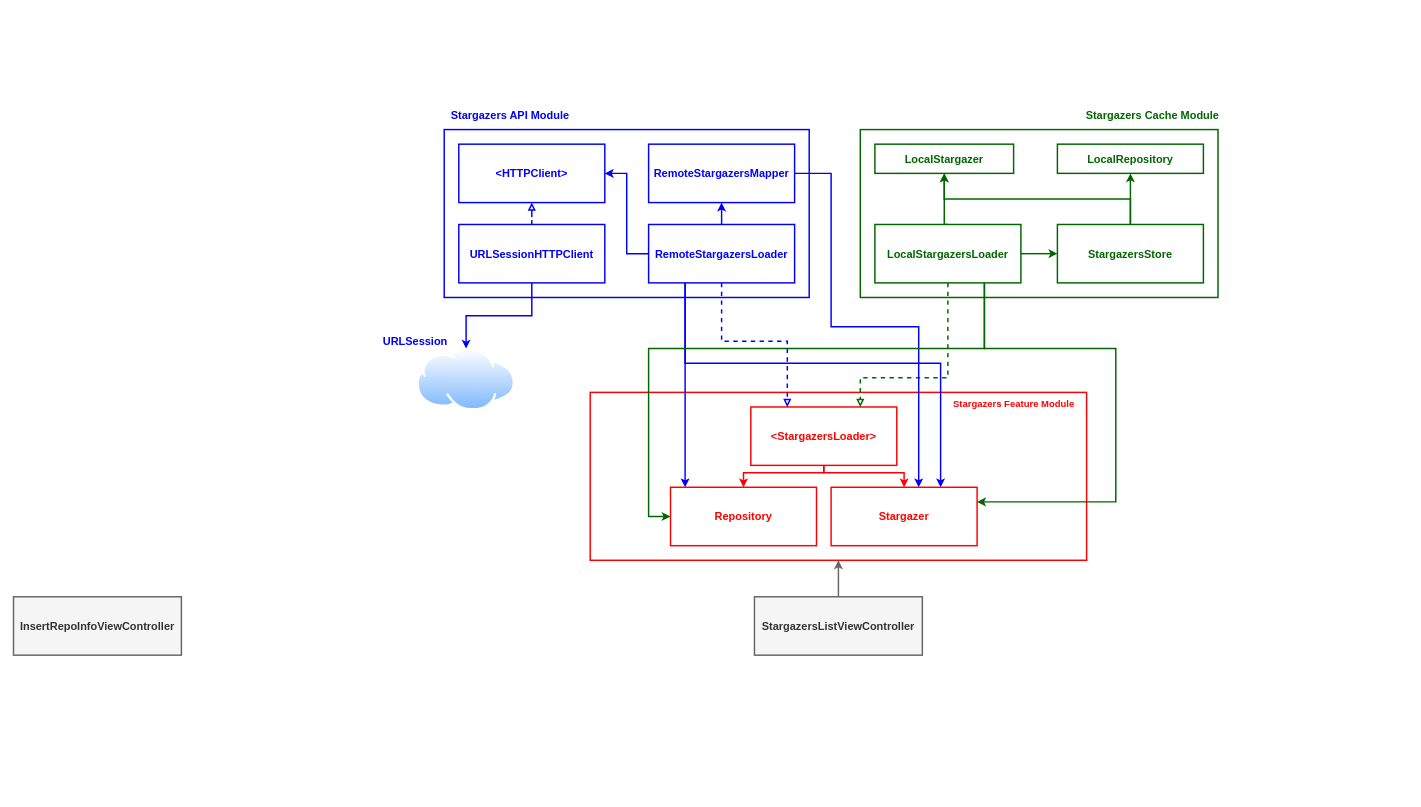
RRReDz/Stargazers keeps this draw.io diagram as Documents/ark/ark.drawio. Above is the earlier version. Source tidied: cells renumbered, new cells numbered last; positions are measured from the earlier drawing's top-left corner, leaving out a move shared by most shapes. Both pictures are drawn from the tidied source at 73%, with x=0, y=0 at pixel (13, 107).
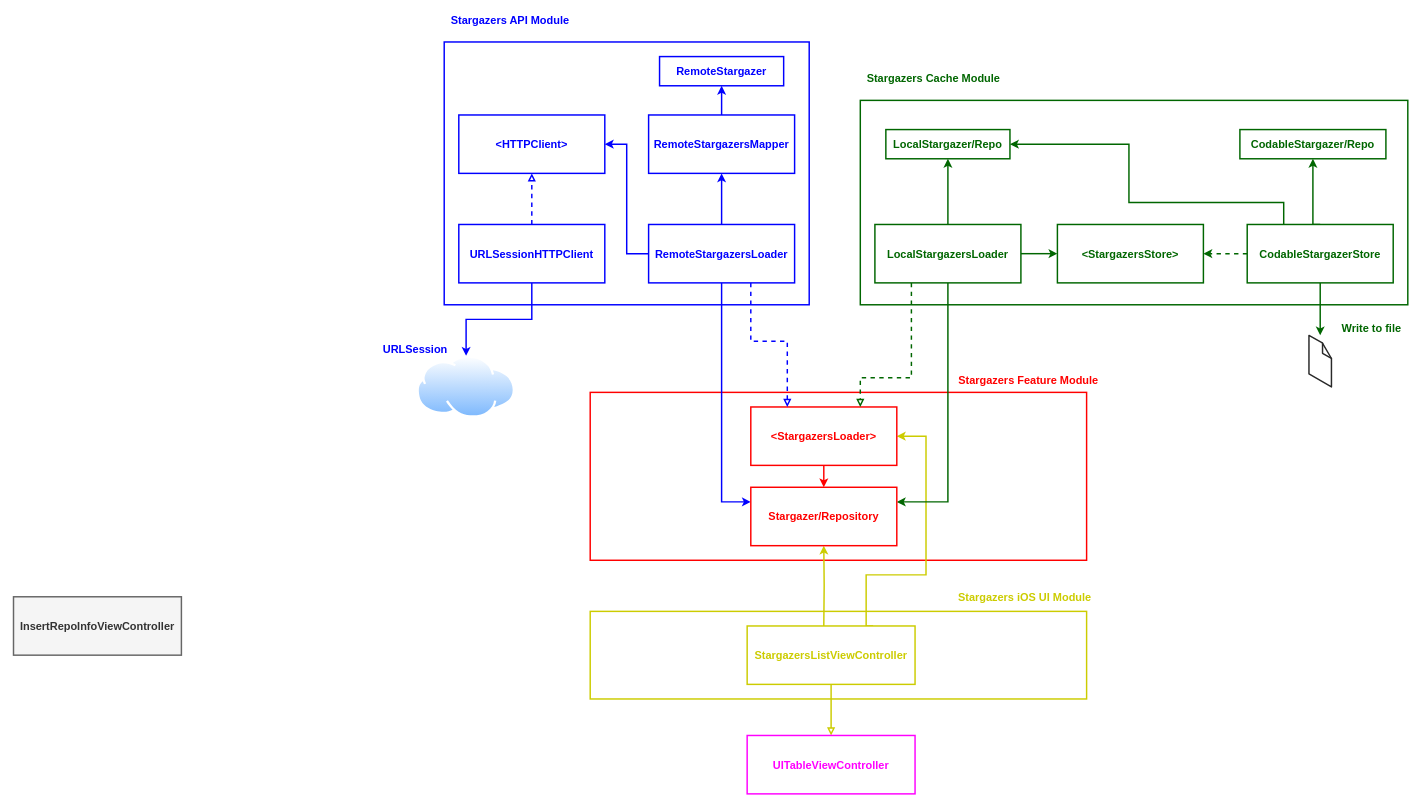
The same diagram, later.

Unchanged cells that the change refers to:
```xml
<mxCell id="2" style="rounded=0;whiteSpace=wrap;html=1;fillColor=none;strokeWidth=2;strokeColor=#FF0000;" parent="1" vertex="1">
  <mxGeometry x="790" y="390" width="680" height="230" as="geometry" />
</mxCell>
<mxCell id="8" value="&amp;lt;StargazersLoader&amp;gt;" style="rounded=0;whiteSpace=wrap;html=1;fontSize=15;strokeWidth=2;fontStyle=1;strokeColor=#FF0000;fontColor=#FF0000;" parent="1" vertex="1">
  <mxGeometry x="1010" y="410" width="200" height="80" as="geometry" />
</mxCell>
<mxCell id="14" value="RemoteStargazersLoader" style="rounded=0;whiteSpace=wrap;html=1;fontSize=15;strokeWidth=2;fontStyle=1;strokeColor=#0000FF;fontColor=#0000FF;" parent="1" vertex="1">
  <mxGeometry x="870" y="160" width="200" height="80" as="geometry" />
</mxCell>
<mxCell id="33" value="LocalStargazersLoader" style="rounded=0;whiteSpace=wrap;html=1;fontSize=15;strokeWidth=2;fontStyle=1;strokeColor=#006600;fontColor=#006600;" parent="1" vertex="1">
  <mxGeometry x="1180" y="160" width="200" height="80" as="geometry" />
</mxCell>
```

What changed in the source:
```diff
@@
+    <mxCell id="41" style="rounded=0;whiteSpace=wrap;html=1;fillColor=none;strokeWidth=2;strokeColor=#CCCC00;" parent="1" vertex="1">
+      <mxGeometry x="790" y="690" width="680" height="120" as="geometry" />
+    </mxCell>
@@
     <mxCell id="3" style="rounded=0;whiteSpace=wrap;html=1;fillColor=none;strokeWidth=2;strokeColor=#0000FF;" parent="1" vertex="1">
-      <mxGeometry x="590" y="30" width="500" height="230" as="geometry" />
+      <mxGeometry x="590" y="-90" width="500" height="360" as="geometry" />
     </mxCell>
-    <mxCell id="4" style="edgeStyle=orthogonalEdgeStyle;rounded=0;jettySize=auto;html=1;fontSize=12;strokeWidth=2;strokeColor=#666666;fillColor=#f5f5f5;entryX=0.5;entryY=1;entryDx=0;entryDy=0;" parent="1" edge="1" source="5" target="2">
-      <mxGeometry relative="1" as="geometry" />
+    <mxCell id="4" style="edgeStyle=orthogonalEdgeStyle;rounded=0;jettySize=auto;html=1;fontSize=12;strokeWidth=2;entryX=0.5;entryY=1;entryDx=0;entryDy=0;strokeColor=#CCCC00;" parent="1" edge="1" target="37">
+      <mxGeometry relative="1" as="geometry">
+        <mxPoint x="1110" y="710" as="sourcePoint" />
+      </mxGeometry>
     </mxCell>
+    <mxCell id="42" style="edgeStyle=orthogonalEdgeStyle;rounded=0;jettySize=auto;html=1;exitX=0.75;exitY=0;exitDx=0;exitDy=0;entryX=1;entryY=0.5;entryDx=0;entryDy=0;fontSize=12;fontColor=default;strokeColor=#CCCC00;strokeWidth=2;" parent="1" edge="1" source="5" target="8">
+      <mxGeometry relative="1" as="geometry">
+        <Array as="points">
+          <mxPoint x="1168" y="640" />
+          <mxPoint x="1250" y="640" />
+          <mxPoint x="1250" y="450" />
+        </Array>
+      </mxGeometry>
+    </mxCell>
+    <mxCell id="43" style="edgeStyle=orthogonalEdgeStyle;rounded=0;jettySize=auto;html=1;exitX=0.5;exitY=1;exitDx=0;exitDy=0;entryX=0.5;entryY=0;entryDx=0;entryDy=0;fontSize=12;fontColor=default;strokeColor=#CCCC00;strokeWidth=2;endArrow=block;endFill=0;" parent="1" edge="1" source="5" target="55">
+      <mxGeometry relative="1" as="geometry" />
+    </mxCell>
-    <mxCell id="5" value="StargazersListViewController" style="rounded=0;whiteSpace=wrap;html=1;strokeWidth=2;fontSize=15;fontStyle=1;strokeColor=#666666;fontColor=#333333;fillColor=#f5f5f5;" parent="1" vertex="1">
-      <mxGeometry x="1015" y="670" width="230" height="80" as="geometry" />
+    <mxCell id="5" value="StargazersListViewController" style="rounded=0;whiteSpace=wrap;html=1;strokeWidth=2;fontSize=15;fontStyle=1;strokeColor=#CCCC00;labelBackgroundColor=none;fontColor=#CCCC00;" parent="1" vertex="1">
+      <mxGeometry x="1005" y="710" width="230" height="80" as="geometry" />
     </mxCell>
-    <mxCell id="6" style="edgeStyle=orthogonalEdgeStyle;rounded=0;jettySize=auto;html=1;fontSize=15;fontColor=#FF0000;endArrow=classic;endFill=1;strokeWidth=2;strokeColor=#FF0000;entryX=0.5;entryY=0;entryDx=0;entryDy=0;" parent="1" edge="1" source="8" target="23">
-      <mxGeometry relative="1" as="geometry">
-        <Array as="points">
-          <mxPoint x="1110" y="500" />
-          <mxPoint x="1000" y="500" />
-        </Array>
-      </mxGeometry>
-    </mxCell>
     <mxCell id="7" style="edgeStyle=orthogonalEdgeStyle;rounded=0;jettySize=auto;html=1;exitX=0.5;exitY=1;exitDx=0;exitDy=0;entryX=0.5;entryY=0;entryDx=0;entryDy=0;fontSize=11;fontColor=#006600;strokeWidth=2;strokeColor=#FF0000;" parent="1" edge="1" source="8" target="37">
       <mxGeometry relative="1" as="geometry">
         <Array as="points">
-          <mxPoint x="1110" y="500" />
-          <mxPoint x="1220" y="500" />
+          <mxPoint x="1110" y="510" />
+          <mxPoint x="1110" y="510" />
         </Array>
       </mxGeometry>
     </mxCell>
@@
-    <mxCell id="9" style="edgeStyle=orthogonalEdgeStyle;rounded=0;jettySize=auto;html=1;fontSize=12;dashed=1;endArrow=block;endFill=0;strokeWidth=2;strokeColor=#0000FF;exitX=0.5;exitY=1;exitDx=0;exitDy=0;entryX=0.25;entryY=0;entryDx=0;entryDy=0;" parent="1" edge="1" source="14" target="8">
+    <mxCell id="9" style="edgeStyle=orthogonalEdgeStyle;rounded=0;jettySize=auto;html=1;fontSize=12;dashed=1;endArrow=block;endFill=0;strokeWidth=2;strokeColor=#0000FF;entryX=0.25;entryY=0;entryDx=0;entryDy=0;" parent="1" edge="1" source="14" target="8">
       <mxGeometry relative="1" as="geometry">
         <Array as="points">
-          <mxPoint x="970" y="320" />
+          <mxPoint x="1010" y="320" />
           <mxPoint x="1060" y="320" />
         </Array>
       </mxGeometry>
     </mxCell>
@@
-    <mxCell id="12" style="edgeStyle=orthogonalEdgeStyle;rounded=0;jettySize=auto;html=1;exitX=0.25;exitY=1;exitDx=0;exitDy=0;entryX=0.75;entryY=0;entryDx=0;entryDy=0;fontSize=11;fontColor=#006600;strokeWidth=2;strokeColor=#0000FF;" parent="1" edge="1" source="14" target="37">
+    <mxCell id="12" style="edgeStyle=orthogonalEdgeStyle;rounded=0;jettySize=auto;html=1;exitX=0.5;exitY=1;exitDx=0;exitDy=0;entryX=0;entryY=0.25;entryDx=0;entryDy=0;fontSize=11;fontColor=#006600;strokeWidth=2;strokeColor=#0000FF;" parent="1" edge="1" source="14" target="37">
       <mxGeometry relative="1" as="geometry">
         <Array as="points">
-          <mxPoint x="920" y="350" />
-          <mxPoint x="1270" y="350" />
+          <mxPoint x="970" y="540" />
         </Array>
       </mxGeometry>
     </mxCell>
-    <mxCell id="13" style="edgeStyle=orthogonalEdgeStyle;rounded=0;jettySize=auto;html=1;exitX=0.25;exitY=1;exitDx=0;exitDy=0;entryX=0.1;entryY=0;entryDx=0;entryDy=0;entryPerimeter=0;fontSize=12;fontColor=#006600;strokeColor=#0000FF;strokeWidth=2;" parent="1" edge="1" source="14" target="23">
-      <mxGeometry relative="1" as="geometry" />
-    </mxCell>
@@
     <mxCell id="16" style="rounded=0;whiteSpace=wrap;html=1;fontSize=15;strokeWidth=2;fontStyle=1;fillColor=none;strokeColor=#006600;" parent="1" vertex="1">
-      <mxGeometry x="1160" y="30" width="490" height="230" as="geometry" />
+      <mxGeometry x="1160" y="-10" width="750" height="280" as="geometry" />
     </mxCell>
-    <mxCell id="17" style="edgeStyle=orthogonalEdgeStyle;rounded=0;jettySize=auto;html=1;exitX=0.5;exitY=1;exitDx=0;exitDy=0;strokeWidth=2;dashed=1;endArrow=block;endFill=0;strokeColor=#006600;" parent="1" edge="1" source="33">
+    <mxCell id="17" style="edgeStyle=orthogonalEdgeStyle;rounded=0;jettySize=auto;html=1;exitX=0.25;exitY=1;exitDx=0;exitDy=0;strokeWidth=2;dashed=1;endArrow=block;endFill=0;strokeColor=#006600;" parent="1" edge="1" source="33">
       <mxGeometry relative="1" as="geometry">
         <mxPoint x="1160" y="410" as="targetPoint" />
         <Array as="points">
-          <mxPoint x="1280" y="370" />
+          <mxPoint x="1230" y="370" />
           <mxPoint x="1160" y="370" />
         </Array>
       </mxGeometry>
     </mxCell>
     <mxCell id="18" value="Stargazers API Module" style="text;html=1;align=center;verticalAlign=middle;strokeColor=none;fontSize=15;fontStyle=1;fontColor=#0000FF;" parent="1" vertex="1">
-      <mxGeometry x="590" width="180" height="20" as="geometry" />
+      <mxGeometry x="590" y="-130" width="180" height="20" as="geometry" />
     </mxCell>
     <mxCell id="19" value="&amp;lt;HTTPClient&amp;gt;" style="rounded=0;whiteSpace=wrap;html=1;fontSize=15;strokeWidth=2;fontStyle=1;strokeColor=#0000FF;fontColor=#0000FF;" parent="1" vertex="1">
-      <mxGeometry x="610" y="50" width="200" height="80" as="geometry" />
+      <mxGeometry x="610" y="10" width="200" height="80" as="geometry" />
     </mxCell>
-    <mxCell id="20" style="edgeStyle=orthogonalEdgeStyle;rounded=0;jettySize=auto;html=1;exitX=1;exitY=0.5;exitDx=0;exitDy=0;entryX=0.6;entryY=0;entryDx=0;entryDy=0;entryPerimeter=0;fontSize=11;fontColor=#006600;strokeColor=#0000FF;strokeWidth=2;" parent="1" edge="1" source="21" target="37">
-      <mxGeometry relative="1" as="geometry">
-        <Array as="points">
-          <mxPoint x="1120" y="90" />
-          <mxPoint x="1120" y="300" />
-          <mxPoint x="1240" y="300" />
-        </Array>
-      </mxGeometry>
-    </mxCell>
+    <mxCell id="44" style="edgeStyle=orthogonalEdgeStyle;rounded=0;jettySize=auto;html=1;fontSize=15;strokeColor=#0000FF;fontColor=#0000FF;endFill=1;strokeWidth=2;" parent="1" edge="1" source="21" target="51">
+      <mxGeometry relative="1" as="geometry" />
+    </mxCell>
     <mxCell id="21" value="RemoteStargazersMapper" style="rounded=0;whiteSpace=wrap;html=1;fontSize=15;strokeWidth=2;fontStyle=1;strokeColor=#0000FF;fontColor=#0000FF;" parent="1" vertex="1">
-      <mxGeometry x="870" y="50" width="200" height="80" as="geometry" />
+      <mxGeometry x="870" y="10" width="200" height="80" as="geometry" />
     </mxCell>
-    <mxCell id="22" value="Stargazers Feature Module" style="text;html=1;align=center;verticalAlign=middle;strokeColor=none;fontSize=13;fontStyle=1;fontColor=#FF0000;" parent="1" vertex="1">
-      <mxGeometry x="1280" y="395" width="180" height="20" as="geometry" />
+    <mxCell id="22" value="Stargazers Feature Module" style="text;html=1;align=center;verticalAlign=middle;strokeColor=none;fontSize=15;fontStyle=1;fontColor=#FF0000;" parent="1" vertex="1">
+      <mxGeometry x="1285" y="362.5" width="210" height="20" as="geometry" />
     </mxCell>
-    <mxCell id="23" value="Repository" style="rounded=0;whiteSpace=wrap;html=1;fontSize=15;strokeWidth=2;fontStyle=1;strokeColor=#FF0000;fontColor=#FF0000;" parent="1" vertex="1">
-      <mxGeometry x="900" y="520" width="200" height="80" as="geometry" />
-    </mxCell>
@@
     <mxCell id="27" style="perimeter=ellipsePerimeter;html=1;align=center;shadow=0;dashed=0;spacingTop=3;image;image=img/lib/active_directory/internet_cloud.svg;" parent="1" vertex="1">
-      <mxGeometry x="552.5" y="330" width="135" height="85" as="geometry" />
+      <mxGeometry x="552.5" y="340" width="135" height="85" as="geometry" />
     </mxCell>
     <mxCell id="28" value="URLSession" style="text;html=1;align=center;verticalAlign=middle;strokeColor=none;fontSize=15;fontStyle=1;fontColor=#0000FF;" parent="1" vertex="1">
-      <mxGeometry x="500" y="310" width="100" height="20" as="geometry" />
+      <mxGeometry x="500" y="320" width="100" height="20" as="geometry" />
     </mxCell>
@@
     <mxCell id="30" style="edgeStyle=orthogonalEdgeStyle;rounded=0;jettySize=auto;html=1;exitX=0.5;exitY=0;exitDx=0;exitDy=0;entryX=0.5;entryY=1;entryDx=0;entryDy=0;fontSize=11;fontColor=#006600;strokeColor=#006600;strokeWidth=2;" parent="1" edge="1" source="33" target="38">
       <mxGeometry relative="1" as="geometry">
         <Array as="points">
-          <mxPoint x="1275" y="160" />
+          <mxPoint x="1280" y="110" />
+          <mxPoint x="1280" y="110" />
         </Array>
       </mxGeometry>
     </mxCell>
-    <mxCell id="31" style="edgeStyle=orthogonalEdgeStyle;rounded=0;jettySize=auto;html=1;exitX=0.75;exitY=1;exitDx=0;exitDy=0;entryX=1;entryY=0.25;entryDx=0;entryDy=0;fontSize=12;fontColor=#006600;strokeWidth=2;strokeColor=#006600;" parent="1" edge="1" source="33" target="37">
+    <mxCell id="31" style="edgeStyle=orthogonalEdgeStyle;rounded=0;jettySize=auto;html=1;exitX=0.5;exitY=1;exitDx=0;exitDy=0;entryX=1;entryY=0.25;entryDx=0;entryDy=0;fontSize=12;fontColor=#006600;strokeWidth=2;strokeColor=#006600;" parent="1" edge="1" source="33" target="37">
       <mxGeometry relative="1" as="geometry">
         <Array as="points">
-          <mxPoint x="1330" y="330" />
-          <mxPoint x="1510" y="330" />
-          <mxPoint x="1510" y="540" />
+          <mxPoint x="1280" y="540" />
         </Array>
       </mxGeometry>
     </mxCell>
-    <mxCell id="32" style="edgeStyle=orthogonalEdgeStyle;rounded=0;jettySize=auto;html=1;exitX=0.75;exitY=1;exitDx=0;exitDy=0;entryX=0;entryY=0.5;entryDx=0;entryDy=0;fontSize=12;fontColor=#006600;strokeColor=#006600;strokeWidth=2;" parent="1" edge="1" source="33" target="23">
-      <mxGeometry relative="1" as="geometry">
-        <Array as="points">
-          <mxPoint x="1330" y="330" />
-          <mxPoint x="870" y="330" />
-          <mxPoint x="870" y="560" />
-        </Array>
-      </mxGeometry>
-    </mxCell>
@@
-    <mxCell id="34" style="edgeStyle=orthogonalEdgeStyle;rounded=0;jettySize=auto;html=1;exitX=0.5;exitY=0;exitDx=0;exitDy=0;entryX=0.5;entryY=1;entryDx=0;entryDy=0;fontSize=11;fontColor=#006600;strokeWidth=2;strokeColor=#006600;" parent="1" edge="1" source="36" target="39">
-      <mxGeometry relative="1" as="geometry" />
-    </mxCell>
-    <mxCell id="35" style="edgeStyle=orthogonalEdgeStyle;rounded=0;jettySize=auto;html=1;exitX=0.5;exitY=0;exitDx=0;exitDy=0;entryX=0.5;entryY=1;entryDx=0;entryDy=0;fontSize=11;fontColor=#006600;strokeWidth=2;strokeColor=#006600;" parent="1" edge="1" source="36" target="38">
-      <mxGeometry relative="1" as="geometry" />
-    </mxCell>
-    <mxCell id="36" value="StargazersStore" style="rounded=0;whiteSpace=wrap;html=1;fontSize=15;strokeWidth=2;fontStyle=1;strokeColor=#006600;fontColor=#006600;" parent="1" vertex="1">
+    <mxCell id="36" value="&amp;lt;StargazersStore&amp;gt;" style="rounded=0;whiteSpace=wrap;html=1;fontSize=15;strokeWidth=2;fontStyle=1;strokeColor=#006600;fontColor=#006600;" parent="1" vertex="1">
       <mxGeometry x="1430" y="160" width="200" height="80" as="geometry" />
     </mxCell>
-    <mxCell id="37" value="Stargazer" style="rounded=0;whiteSpace=wrap;html=1;fontSize=15;strokeWidth=2;fontStyle=1;strokeColor=#FF0000;fontColor=#FF0000;" parent="1" vertex="1">
-      <mxGeometry x="1120" y="520" width="200" height="80" as="geometry" />
+    <mxCell id="37" value="Stargazer/Repository" style="rounded=0;whiteSpace=wrap;html=1;fontSize=15;strokeWidth=2;fontStyle=1;strokeColor=#FF0000;fontColor=#FF0000;" parent="1" vertex="1">
+      <mxGeometry x="1010" y="520" width="200" height="80" as="geometry" />
     </mxCell>
-    <mxCell id="38" value="LocalStargazer" style="rounded=0;whiteSpace=wrap;html=1;fontSize=15;strokeWidth=2;fontStyle=1;strokeColor=#006600;fontColor=#006600;" parent="1" vertex="1">
-      <mxGeometry x="1180" y="50" width="190" height="40" as="geometry" />
+    <mxCell id="38" value="LocalStargazer/Repo" style="rounded=0;whiteSpace=wrap;html=1;fontSize=15;strokeWidth=2;fontStyle=1;strokeColor=#006600;fontColor=#006600;" parent="1" vertex="1">
+      <mxGeometry x="1195" y="30" width="170" height="40" as="geometry" />
     </mxCell>
-    <mxCell id="39" value="LocalRepository" style="rounded=0;whiteSpace=wrap;html=1;fontSize=15;strokeWidth=2;fontStyle=1;strokeColor=#006600;fontColor=#006600;" parent="1" vertex="1">
-      <mxGeometry x="1430" y="50" width="200" height="40" as="geometry" />
-    </mxCell>
     <mxCell id="40" value="Stargazers Cache Module" style="text;html=1;align=center;verticalAlign=middle;strokeColor=none;fontSize=15;fontStyle=1;fontColor=#006600;" parent="1" vertex="1">
-      <mxGeometry x="1460" width="200" height="20" as="geometry" />
+      <mxGeometry x="1160" y="-50" width="200" height="20" as="geometry" />
     </mxCell>
+    <mxCell id="45" style="edgeStyle=orthogonalEdgeStyle;rounded=0;jettySize=auto;html=1;strokeColor=#006600;fontColor=#006600;strokeWidth=2;dashed=1;" parent="1" edge="1" source="49" target="36">
+      <mxGeometry relative="1" as="geometry" />
+    </mxCell>
+    <mxCell id="46" style="edgeStyle=orthogonalEdgeStyle;rounded=0;jettySize=auto;html=1;exitX=0.25;exitY=0;exitDx=0;exitDy=0;entryX=1;entryY=0.5;entryDx=0;entryDy=0;strokeColor=#006600;fontColor=#006600;strokeWidth=2;" parent="1" edge="1" source="49" target="38">
+      <mxGeometry relative="1" as="geometry">
+        <Array as="points">
+          <mxPoint x="1740" y="130" />
+          <mxPoint x="1528" y="130" />
+          <mxPoint x="1528" y="50" />
+        </Array>
+      </mxGeometry>
+    </mxCell>
+    <mxCell id="47" style="edgeStyle=orthogonalEdgeStyle;rounded=0;jettySize=auto;html=1;exitX=0.5;exitY=0;exitDx=0;exitDy=0;entryX=0.5;entryY=1;entryDx=0;entryDy=0;strokeColor=#006600;fontColor=#006600;strokeWidth=2;" parent="1" edge="1" source="49" target="50">
+      <mxGeometry relative="1" as="geometry">
+        <Array as="points">
+          <mxPoint x="1780" y="160" />
+        </Array>
+      </mxGeometry>
+    </mxCell>
+    <mxCell id="48" style="edgeStyle=orthogonalEdgeStyle;rounded=0;jettySize=auto;html=1;exitX=0.5;exitY=1;exitDx=0;exitDy=0;strokeColor=#006600;fontColor=#006600;strokeWidth=2;" parent="1" edge="1" source="49" target="52">
+      <mxGeometry relative="1" as="geometry" />
+    </mxCell>
+    <mxCell id="49" value="CodableStargazerStore" style="rounded=0;whiteSpace=wrap;html=1;fontSize=15;strokeWidth=2;fontStyle=1;strokeColor=#006600;fontColor=#006600;" parent="1" vertex="1">
+      <mxGeometry x="1690" y="160" width="200" height="80" as="geometry" />
+    </mxCell>
+    <mxCell id="50" value="CodableStargazer/Repo" style="rounded=0;whiteSpace=wrap;html=1;fontSize=15;strokeWidth=2;fontStyle=1;strokeColor=#006600;fontColor=#006600;" parent="1" vertex="1">
+      <mxGeometry x="1680" y="30" width="200" height="40" as="geometry" />
+    </mxCell>
+    <mxCell id="51" value="RemoteStargazer" style="rounded=0;whiteSpace=wrap;html=1;fontSize=15;strokeWidth=2;fontStyle=1;strokeColor=#0000FF;fontColor=#0000FF;" parent="1" vertex="1">
+      <mxGeometry x="885" y="-70" width="170" height="40" as="geometry" />
+    </mxCell>
+    <mxCell id="52" style="verticalLabelPosition=bottom;html=1;verticalAlign=top;strokeWidth=1;align=center;outlineConnect=0;dashed=0;outlineConnect=0;shape=mxgraph.aws3d.file;strokeColor=#292929;" parent="1" vertex="1">
+      <mxGeometry x="1774.6" y="311.9" width="30.8" height="70.6" as="geometry" />
+    </mxCell>
+    <mxCell id="53" value="Write to file" style="text;html=1;align=center;verticalAlign=middle;strokeColor=none;fillColor=none;fontSize=15;fontColor=#006600;fontStyle=1;" parent="1" vertex="1">
+      <mxGeometry x="1810" y="291.9" width="100" height="20" as="geometry" />
+    </mxCell>
+    <mxCell id="54" value="Stargazers iOS UI Module" style="text;html=1;align=center;verticalAlign=middle;strokeColor=none;fontSize=15;fontStyle=1;fontColor=#CCCC00;" parent="1" vertex="1">
+      <mxGeometry x="1285" y="660" width="200" height="20" as="geometry" />
+    </mxCell>
+    <mxCell id="55" value="UITableViewController" style="rounded=0;whiteSpace=wrap;html=1;strokeWidth=2;fontSize=15;fontStyle=1;strokeColor=#FF00FF;labelBackgroundColor=none;fontColor=#FF00FF;" parent="1" vertex="1">
+      <mxGeometry x="1005" y="860" width="230" height="80" as="geometry" />
+    </mxCell>
```
